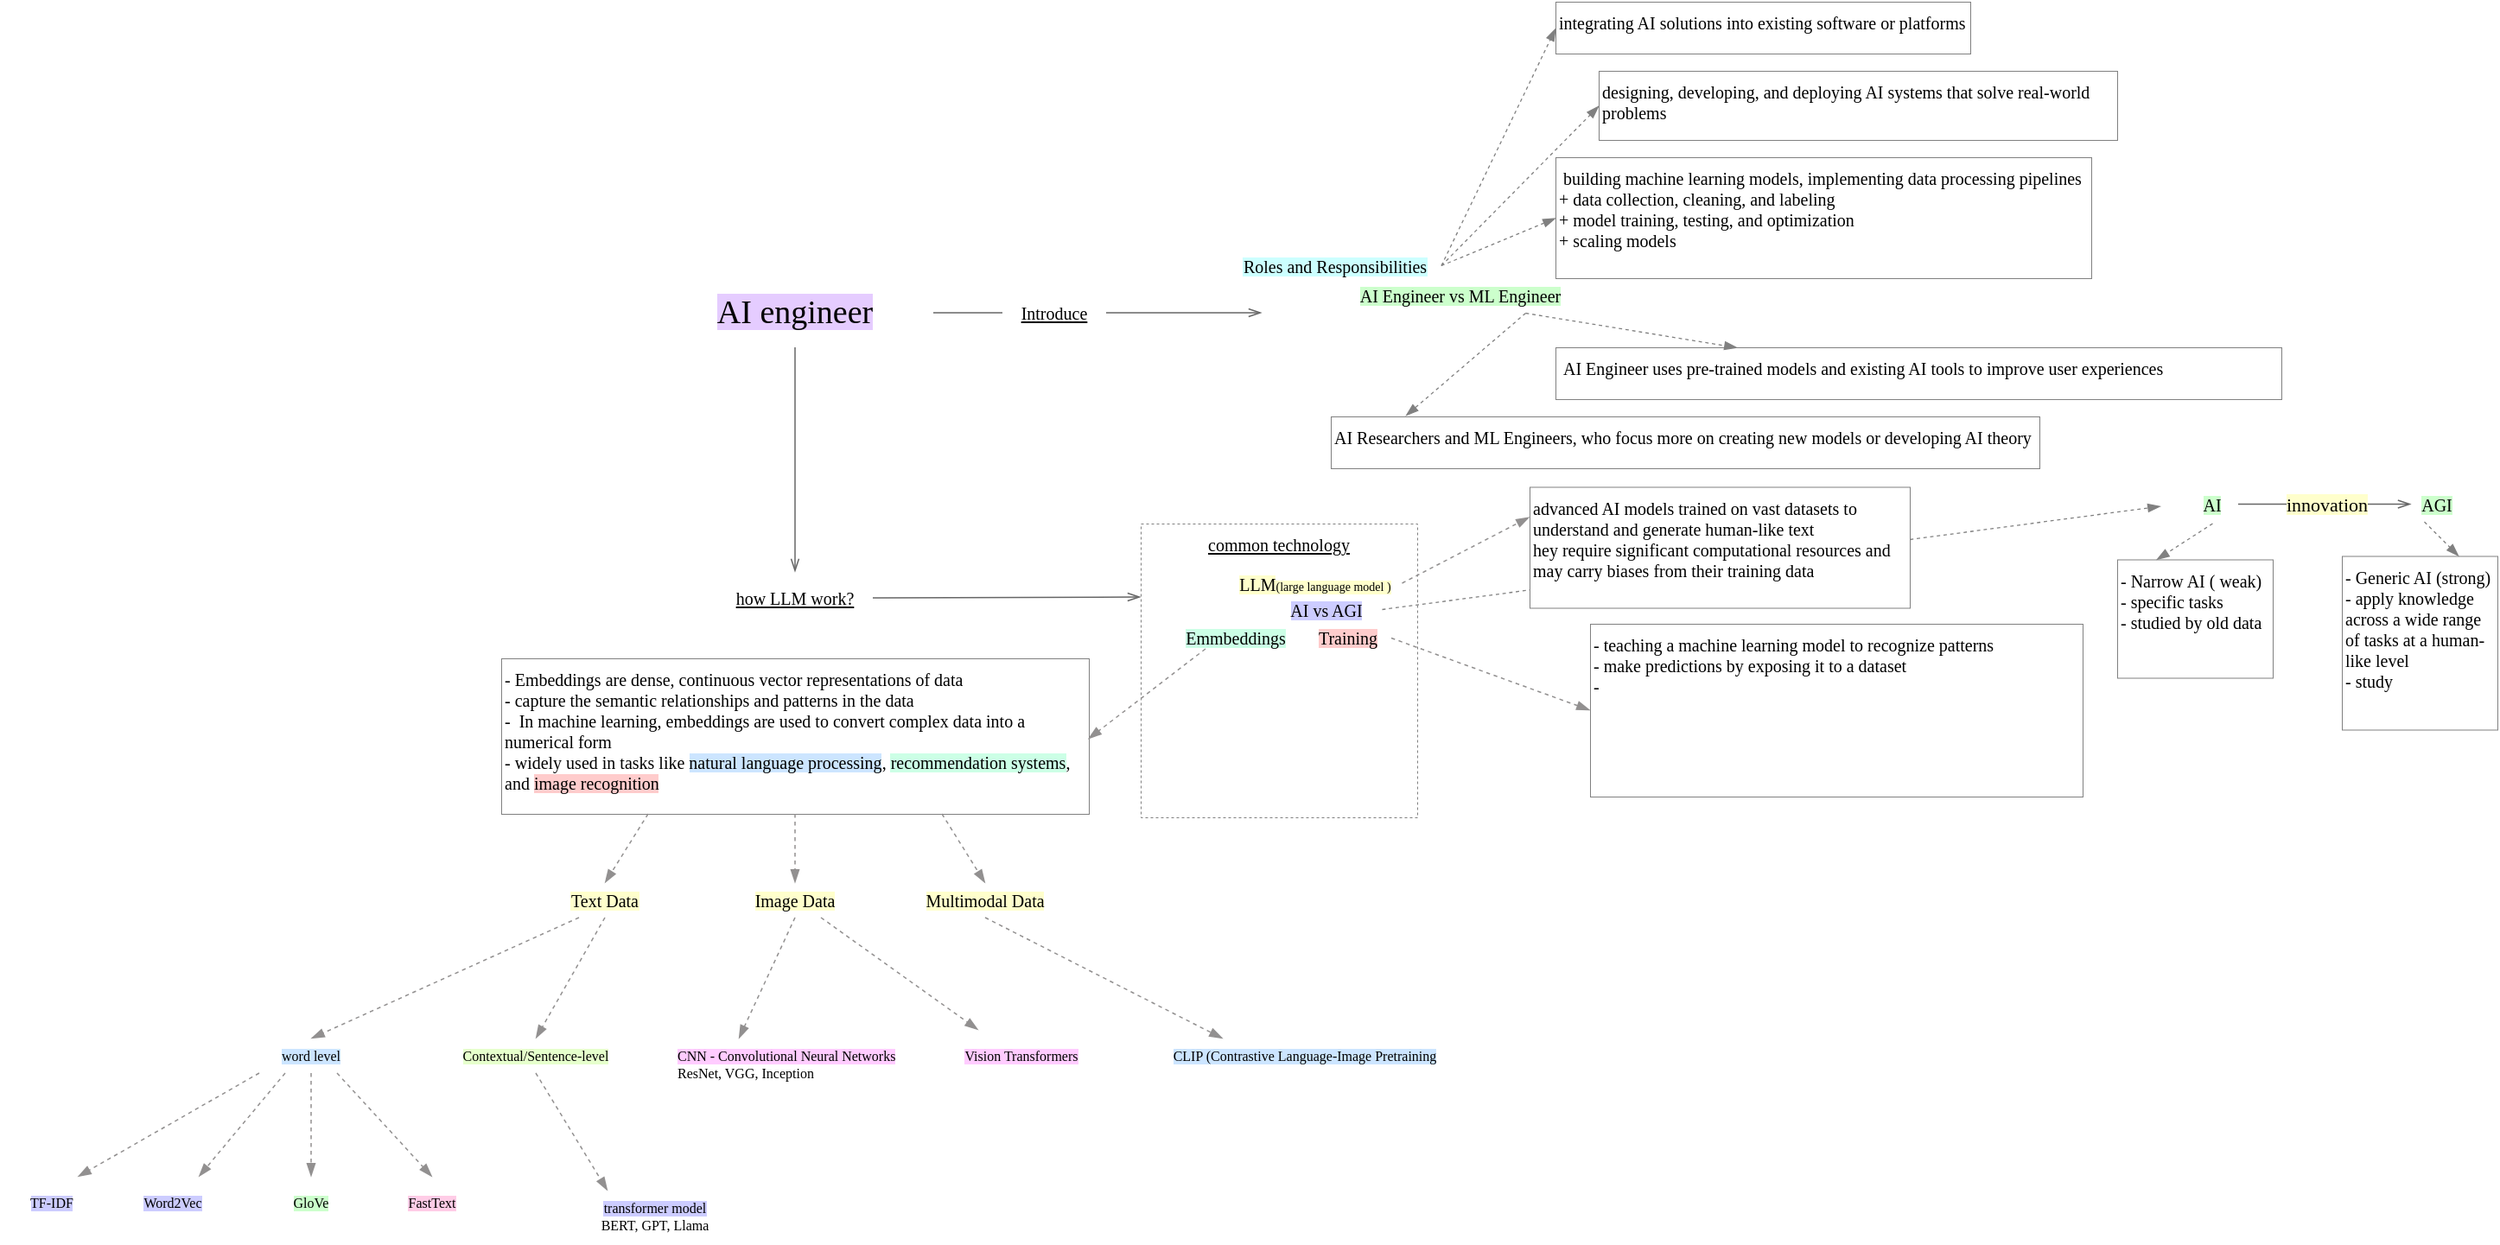
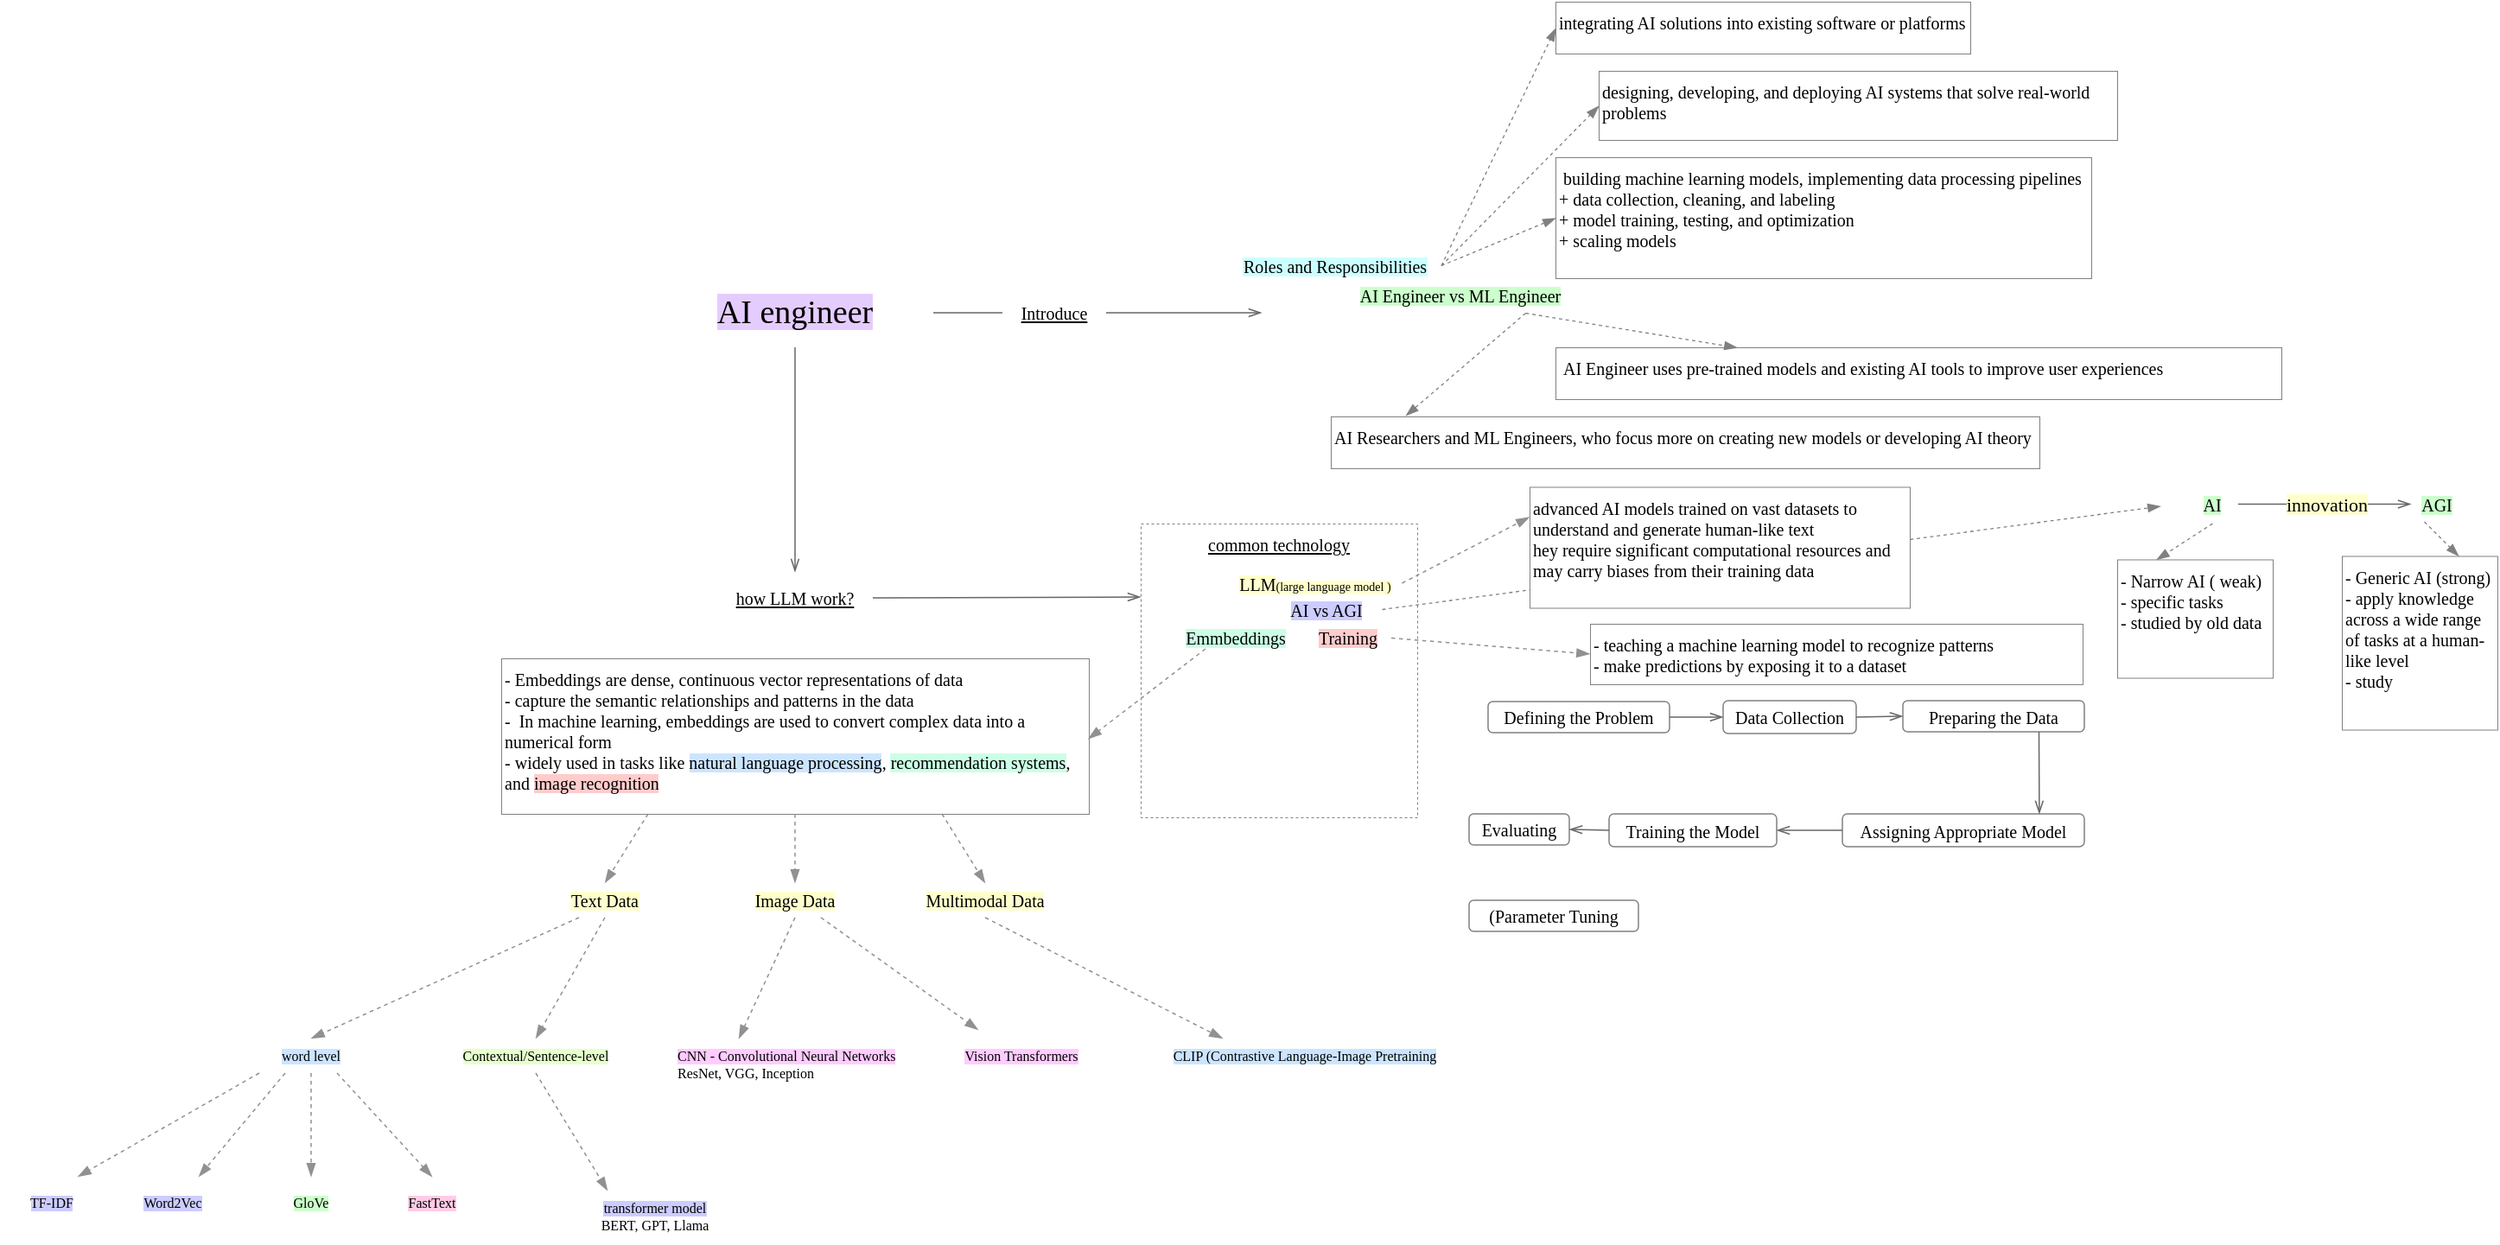
<mxfile host="app.diagrams.net" agent="Mozilla/5.0 (Macintosh; Intel Mac OS X 10_15_7) AppleWebKit/537.36 (KHTML, like Gecko) draw.io/29.3.0 Chrome/140.0.7339.249 Electron/38.7.2 Safari/537.36">
  <diagram name="Page-1" id="n3nyEJ4kgbD7jWuKOy95">
-     <mxGraphModel dx="1043" dy="467" grid="0" gridSize="10" guides="1" tooltips="1" connect="1" arrows="1" fold="1" page="1" pageScale="1" pageWidth="827" pageHeight="1169" math="0" shadow="0">
+     <mxGraphModel dx="365" dy="164" grid="0" gridSize="10" guides="1" tooltips="1" connect="1" arrows="1" fold="1" page="1" pageScale="1" pageWidth="827" pageHeight="1169" math="0" shadow="0">
      <root>
        <mxCell id="0" />
        <mxCell id="1" parent="0" />
        <mxCell id="48Jv2C9wjBzbgeSbcpPr-1" parent="1" style="text;html=1;whiteSpace=wrap;strokeColor=none;fillColor=none;align=center;verticalAlign=middle;rounded=0;fontFamily=Comic Sans MS;fontSize=19;" value="&lt;span style=&quot;background-color: rgb(229, 204, 255);&quot;&gt;AI engineer&lt;/span&gt;" vertex="1">
          <mxGeometry height="40" width="160" x="400" y="360" as="geometry" />
        </mxCell>
        <mxCell id="48Jv2C9wjBzbgeSbcpPr-3" parent="1" style="text;html=1;whiteSpace=wrap;strokeColor=none;fillColor=none;align=center;verticalAlign=middle;rounded=0;fontFamily=Comic Sans MS;fontSize=10;fontStyle=4" value="how LLM work?" vertex="1">
          <mxGeometry height="30" width="90" x="435" y="530" as="geometry" />
        </mxCell>
        <mxCell id="48Jv2C9wjBzbgeSbcpPr-6" edge="1" parent="1" source="48Jv2C9wjBzbgeSbcpPr-1" style="endArrow=openThin;html=1;rounded=0;strokeWidth=0.75;endFill=0;strokeColor=#666666;exitX=0.5;exitY=1;exitDx=0;exitDy=0;entryX=0.5;entryY=0;entryDx=0;entryDy=0;fontFamily=Comic Sans MS;" target="48Jv2C9wjBzbgeSbcpPr-3" value="">
          <mxGeometry height="50" relative="1" width="50" as="geometry">
            <mxPoint x="390" y="450" as="sourcePoint" />
            <mxPoint x="440" y="400" as="targetPoint" />
          </mxGeometry>
        </mxCell>
        <mxCell id="48Jv2C9wjBzbgeSbcpPr-8" parent="1" style="text;html=1;whiteSpace=wrap;strokeColor=none;fillColor=none;align=center;verticalAlign=middle;rounded=0;fontFamily=Comic Sans MS;fontSize=10;fontStyle=4" value="Introduce" vertex="1">
          <mxGeometry height="30" width="60" x="600" y="365" as="geometry" />
        </mxCell>
        <mxCell id="48Jv2C9wjBzbgeSbcpPr-9" edge="1" parent="1" source="48Jv2C9wjBzbgeSbcpPr-1" style="endArrow=none;html=1;rounded=0;strokeWidth=0.75;endFill=0;strokeColor=#666666;entryX=0;entryY=0.5;entryDx=0;entryDy=0;exitX=1;exitY=0.5;exitDx=0;exitDy=0;fontFamily=Comic Sans MS;" target="48Jv2C9wjBzbgeSbcpPr-8" value="">
          <mxGeometry height="50" relative="1" width="50" as="geometry">
            <mxPoint x="390" y="450" as="sourcePoint" />
            <mxPoint x="440" y="400" as="targetPoint" />
          </mxGeometry>
        </mxCell>
        <mxCell id="48Jv2C9wjBzbgeSbcpPr-11" edge="1" parent="1" source="48Jv2C9wjBzbgeSbcpPr-8" style="endArrow=openThin;html=1;rounded=0;strokeWidth=0.75;endFill=0;strokeColor=#666666;exitX=1;exitY=0.5;exitDx=0;exitDy=0;fontFamily=Comic Sans MS;" value="">
          <mxGeometry height="50" relative="1" width="50" as="geometry">
            <mxPoint x="590" y="450" as="sourcePoint" />
            <mxPoint x="750" y="380" as="targetPoint" />
          </mxGeometry>
        </mxCell>
        <mxCell id="48Jv2C9wjBzbgeSbcpPr-13" parent="1" style="text;html=1;whiteSpace=wrap;strokeColor=none;fillColor=none;align=center;verticalAlign=middle;rounded=0;fontFamily=Comic Sans MS;fontSize=10;" value="&lt;div&gt;&lt;span style=&quot;background-color: rgb(204, 255, 255);&quot;&gt;Roles and Responsibilities&lt;/span&gt;&lt;/div&gt;" vertex="1">
          <mxGeometry height="15" width="122.5" x="731.25" y="345" as="geometry" />
        </mxCell>
        <mxCell id="48Jv2C9wjBzbgeSbcpPr-14" parent="1" style="rounded=0;whiteSpace=wrap;html=1;fontFamily=Comic Sans MS;strokeWidth=0.5;strokeColor=#808080;align=left;verticalAlign=top;fontSize=10;" value="designing, developing, and deploying AI systems that solve real-world problems" vertex="1">
          <mxGeometry height="40" width="300" x="945" y="240" as="geometry" />
        </mxCell>
        <mxCell id="48Jv2C9wjBzbgeSbcpPr-15" parent="1" style="rounded=0;whiteSpace=wrap;html=1;fontFamily=Comic Sans MS;strokeWidth=0.5;strokeColor=#808080;align=left;verticalAlign=top;fontSize=10;" value="&amp;nbsp;building machine learning models, implementing data processing pipelines&lt;div&gt;+&amp;nbsp;data collection, cleaning, and labeling&lt;/div&gt;&lt;div&gt;+&amp;nbsp;model training, testing, and optimization&lt;/div&gt;&lt;div&gt;+&amp;nbsp;scaling models&lt;/div&gt;" vertex="1">
          <mxGeometry height="70" width="310" x="920" y="290" as="geometry" />
        </mxCell>
        <mxCell id="48Jv2C9wjBzbgeSbcpPr-16" parent="1" style="rounded=0;whiteSpace=wrap;html=1;fontFamily=Comic Sans MS;strokeWidth=0.5;strokeColor=#808080;align=left;verticalAlign=top;fontSize=10;" value="integrating AI solutions into existing software or platforms" vertex="1">
          <mxGeometry height="30" width="240" x="920" y="200" as="geometry" />
        </mxCell>
        <mxCell id="48Jv2C9wjBzbgeSbcpPr-17" edge="1" parent="1" source="48Jv2C9wjBzbgeSbcpPr-13" style="endArrow=blockThin;html=1;rounded=0;strokeColor=#808080;endFill=1;strokeWidth=0.65;exitX=1;exitY=0.5;exitDx=0;exitDy=0;entryX=0;entryY=0.5;entryDx=0;entryDy=0;dashed=1;fontFamily=Comic Sans MS;" target="48Jv2C9wjBzbgeSbcpPr-15" value="">
          <mxGeometry height="50" relative="1" width="50" as="geometry">
            <mxPoint x="945" y="330" as="sourcePoint" />
            <mxPoint x="920" y="290" as="targetPoint" />
          </mxGeometry>
        </mxCell>
        <mxCell id="48Jv2C9wjBzbgeSbcpPr-18" edge="1" parent="1" source="48Jv2C9wjBzbgeSbcpPr-13" style="endArrow=blockThin;html=1;rounded=0;strokeColor=#808080;endFill=1;strokeWidth=0.65;exitX=1;exitY=0.5;exitDx=0;exitDy=0;entryX=0;entryY=0.5;entryDx=0;entryDy=0;dashed=1;fontFamily=Comic Sans MS;" target="48Jv2C9wjBzbgeSbcpPr-14" value="">
          <mxGeometry height="50" relative="1" width="50" as="geometry">
            <mxPoint x="945" y="330" as="sourcePoint" />
            <mxPoint x="920" y="290" as="targetPoint" />
          </mxGeometry>
        </mxCell>
        <mxCell id="48Jv2C9wjBzbgeSbcpPr-19" edge="1" parent="1" source="48Jv2C9wjBzbgeSbcpPr-13" style="endArrow=blockThin;html=1;rounded=0;strokeColor=#808080;endFill=1;strokeWidth=0.65;exitX=1;exitY=0.5;exitDx=0;exitDy=0;entryX=0;entryY=0.5;entryDx=0;entryDy=0;dashed=1;fontFamily=Comic Sans MS;" target="48Jv2C9wjBzbgeSbcpPr-16" value="">
          <mxGeometry height="50" relative="1" width="50" as="geometry">
            <mxPoint x="945" y="330" as="sourcePoint" />
            <mxPoint x="920" y="290" as="targetPoint" />
          </mxGeometry>
        </mxCell>
        <mxCell id="48Jv2C9wjBzbgeSbcpPr-20" parent="1" style="text;html=1;whiteSpace=wrap;strokeColor=none;fillColor=none;align=center;verticalAlign=middle;rounded=0;fontFamily=Comic Sans MS;fontSize=10;" value="&lt;span style=&quot;background-color: rgb(204, 255, 204);&quot;&gt;AI Engineer vs ML Engineer&lt;/span&gt;" vertex="1">
          <mxGeometry height="20" width="150" x="790" y="360" as="geometry" />
        </mxCell>
        <mxCell id="48Jv2C9wjBzbgeSbcpPr-21" parent="1" style="rounded=0;whiteSpace=wrap;html=1;fontFamily=Comic Sans MS;strokeWidth=0.5;strokeColor=#808080;align=left;verticalAlign=top;fontSize=10;" value="&amp;nbsp;AI Engineer uses pre-trained models and existing AI tools to improve user experiences" vertex="1">
          <mxGeometry height="30" width="420" x="920" y="400" as="geometry" />
        </mxCell>
        <mxCell id="48Jv2C9wjBzbgeSbcpPr-22" parent="1" style="rounded=0;whiteSpace=wrap;html=1;fontFamily=Comic Sans MS;strokeWidth=0.5;strokeColor=#808080;align=left;verticalAlign=top;fontSize=10;" value="AI Researchers and ML Engineers, who focus more on creating new models or developing AI theory" vertex="1">
          <mxGeometry height="30" width="410" x="790" y="440" as="geometry" />
        </mxCell>
        <mxCell id="48Jv2C9wjBzbgeSbcpPr-23" edge="1" parent="1" source="48Jv2C9wjBzbgeSbcpPr-20" style="endArrow=blockThin;html=1;rounded=0;strokeColor=#808080;endFill=1;strokeWidth=0.65;exitX=0.75;exitY=1;exitDx=0;exitDy=0;entryX=0.25;entryY=0;entryDx=0;entryDy=0;dashed=1;fontFamily=Comic Sans MS;" target="48Jv2C9wjBzbgeSbcpPr-21" value="">
          <mxGeometry height="50" relative="1" width="50" as="geometry">
            <mxPoint x="705" y="330" as="sourcePoint" />
            <mxPoint x="680" y="290" as="targetPoint" />
          </mxGeometry>
        </mxCell>
        <mxCell id="48Jv2C9wjBzbgeSbcpPr-24" edge="1" parent="1" source="48Jv2C9wjBzbgeSbcpPr-20" style="endArrow=blockThin;html=1;rounded=0;strokeColor=#808080;endFill=1;strokeWidth=0.65;exitX=0.75;exitY=1;exitDx=0;exitDy=0;entryX=0.105;entryY=-0.017;entryDx=0;entryDy=0;dashed=1;entryPerimeter=0;fontFamily=Comic Sans MS;" target="48Jv2C9wjBzbgeSbcpPr-22" value="">
          <mxGeometry height="50" relative="1" width="50" as="geometry">
            <mxPoint x="705" y="330" as="sourcePoint" />
            <mxPoint x="680" y="290" as="targetPoint" />
          </mxGeometry>
        </mxCell>
        <mxCell id="48Jv2C9wjBzbgeSbcpPr-25" parent="1" style="rounded=0;whiteSpace=wrap;html=1;fontFamily=Comic Sans MS;strokeWidth=0.5;strokeColor=#808080;align=center;verticalAlign=top;fontSize=10;dashed=1;" value="&lt;u&gt;common technology&lt;/u&gt;&lt;div&gt;&lt;br&gt;&lt;/div&gt;" vertex="1">
          <mxGeometry height="170" width="160" x="680" y="502" as="geometry" />
        </mxCell>
        <mxCell id="48Jv2C9wjBzbgeSbcpPr-27" parent="1" style="text;html=1;whiteSpace=wrap;strokeColor=none;fillColor=none;align=center;verticalAlign=middle;rounded=0;fontFamily=Comic Sans MS;fontSize=10;" value="&lt;span&gt;&lt;span style=&quot;background-color: light-dark(rgb(204, 204, 255), rgb(0, 43, 0));&quot;&gt;AI vs AGI&lt;/span&gt;&lt;br&gt;&lt;/span&gt;" vertex="1">
          <mxGeometry height="10" width="65" x="754.5" y="546.5" as="geometry" />
        </mxCell>
        <mxCell id="48Jv2C9wjBzbgeSbcpPr-28" edge="1" parent="1" source="48Jv2C9wjBzbgeSbcpPr-3" style="endArrow=openThin;html=1;rounded=0;strokeWidth=0.75;endFill=0;strokeColor=#666666;exitX=1;exitY=0.5;exitDx=0;exitDy=0;entryX=0;entryY=0.25;entryDx=0;entryDy=0;fontFamily=Comic Sans MS;" target="48Jv2C9wjBzbgeSbcpPr-25" value="">
          <mxGeometry height="50" relative="1" width="50" as="geometry">
            <mxPoint x="670" y="630" as="sourcePoint" />
            <mxPoint x="720" y="580" as="targetPoint" />
          </mxGeometry>
        </mxCell>
        <mxCell id="48Jv2C9wjBzbgeSbcpPr-31" edge="1" parent="1" source="48Jv2C9wjBzbgeSbcpPr-27" style="endArrow=blockThin;html=1;rounded=0;strokeColor=#808080;endFill=1;strokeWidth=0.65;exitX=1;exitY=0.5;exitDx=0;exitDy=0;dashed=1;fontFamily=Comic Sans MS;entryX=0;entryY=0.5;entryDx=0;entryDy=0;" value="">
          <mxGeometry height="50" relative="1" width="50" as="geometry">
            <mxPoint x="810" y="536" as="sourcePoint" />
            <mxPoint x="1270" y="491.7500000000001" as="targetPoint" />
          </mxGeometry>
        </mxCell>
        <mxCell id="48Jv2C9wjBzbgeSbcpPr-32" parent="1" style="text;html=1;whiteSpace=wrap;strokeColor=none;fillColor=none;align=center;verticalAlign=middle;rounded=0;fontFamily=Comic Sans MS;fontSize=10;" value="&lt;span style=&quot;background-color: rgb(204, 255, 204);&quot;&gt;&lt;span style=&quot;background-color: light-dark(rgb(204, 255, 204), rgb(0, 43, 0));&quot;&gt;AI&lt;/span&gt;&lt;br&gt;&lt;/span&gt;" vertex="1">
          <mxGeometry height="22" width="30" x="1285" y="479.75" as="geometry" />
        </mxCell>
        <mxCell id="48Jv2C9wjBzbgeSbcpPr-34" parent="1" style="text;html=1;whiteSpace=wrap;strokeColor=none;fillColor=none;align=center;verticalAlign=middle;rounded=0;fontFamily=Comic Sans MS;fontSize=10;" value="&lt;span style=&quot;background-color: rgb(204, 255, 204);&quot;&gt;AGI&lt;/span&gt;" vertex="1">
          <mxGeometry height="20" width="30" x="1415" y="480.75" as="geometry" />
        </mxCell>
        <mxCell id="48Jv2C9wjBzbgeSbcpPr-35" edge="1" parent="1" source="48Jv2C9wjBzbgeSbcpPr-32" style="endArrow=openThin;html=1;rounded=0;strokeWidth=0.75;endFill=0;strokeColor=#666666;exitX=1;exitY=0.5;exitDx=0;exitDy=0;fontFamily=Comic Sans MS;" target="48Jv2C9wjBzbgeSbcpPr-34" value="">
          <mxGeometry height="50" relative="1" width="50" as="geometry">
            <mxPoint x="1325" y="612.75" as="sourcePoint" />
            <mxPoint x="1375" y="562.75" as="targetPoint" />
          </mxGeometry>
        </mxCell>
        <mxCell id="48Jv2C9wjBzbgeSbcpPr-36" connectable="0" parent="48Jv2C9wjBzbgeSbcpPr-35" style="edgeLabel;html=1;align=center;verticalAlign=middle;resizable=0;points=[];fontFamily=Comic Sans MS;" value="&lt;span style=&quot;background-color: rgb(255, 255, 204);&quot;&gt;innovation&lt;/span&gt;" vertex="1">
          <mxGeometry relative="1" x="-0.312" as="geometry">
            <mxPoint x="16" as="offset" />
          </mxGeometry>
        </mxCell>
        <mxCell id="48Jv2C9wjBzbgeSbcpPr-37" parent="1" style="rounded=0;whiteSpace=wrap;html=1;fontFamily=Comic Sans MS;strokeWidth=0.5;strokeColor=#808080;align=left;verticalAlign=top;fontSize=10;" value="- Narrow AI ( weak)&lt;div&gt;-&amp;nbsp;specific tasks&lt;/div&gt;&lt;div&gt;- studied by old data&lt;/div&gt;" vertex="1">
          <mxGeometry height="68.5" width="90" x="1245" y="522.75" as="geometry" />
        </mxCell>
        <mxCell id="48Jv2C9wjBzbgeSbcpPr-38" parent="1" style="rounded=0;whiteSpace=wrap;html=1;fontFamily=Comic Sans MS;strokeWidth=0.5;strokeColor=#808080;align=left;verticalAlign=top;fontSize=10;" value="- Generic AI (strong)&lt;div&gt;-&amp;nbsp;apply knowledge across a wide range of tasks at a human-like level&lt;/div&gt;&lt;div&gt;- study&amp;nbsp;&lt;/div&gt;" vertex="1">
          <mxGeometry height="100.5" width="90" x="1375" y="520.75" as="geometry" />
        </mxCell>
        <mxCell id="48Jv2C9wjBzbgeSbcpPr-39" edge="1" parent="1" source="48Jv2C9wjBzbgeSbcpPr-34" style="endArrow=blockThin;html=1;rounded=0;strokeColor=#808080;endFill=1;strokeWidth=0.65;exitX=0.25;exitY=1;exitDx=0;exitDy=0;entryX=0.75;entryY=0;entryDx=0;entryDy=0;dashed=1;" target="48Jv2C9wjBzbgeSbcpPr-38" value="">
          <mxGeometry height="50" relative="1" width="50" as="geometry">
            <mxPoint x="1390" y="580.75" as="sourcePoint" />
            <mxPoint x="1365" y="540.75" as="targetPoint" />
          </mxGeometry>
        </mxCell>
        <mxCell id="48Jv2C9wjBzbgeSbcpPr-41" edge="1" parent="1" source="48Jv2C9wjBzbgeSbcpPr-32" style="endArrow=blockThin;html=1;rounded=0;strokeColor=#808080;endFill=1;strokeWidth=0.65;exitX=0.5;exitY=1;exitDx=0;exitDy=0;entryX=0.25;entryY=0;entryDx=0;entryDy=0;dashed=1;" target="48Jv2C9wjBzbgeSbcpPr-37" value="">
          <mxGeometry height="50" relative="1" width="50" as="geometry">
            <mxPoint x="1390" y="582.75" as="sourcePoint" />
            <mxPoint x="1365" y="542.75" as="targetPoint" />
          </mxGeometry>
        </mxCell>
        <mxCell id="4Kx2ZGOmUHy-jwn0eLsE-1" parent="1" style="text;html=1;whiteSpace=wrap;strokeColor=none;fillColor=none;align=center;verticalAlign=middle;rounded=0;" value="&lt;font face=&quot;Comic Sans MS&quot; style=&quot;background-color: rgb(255, 255, 204); font-size: 10px;&quot;&gt;LLM&lt;/font&gt;&lt;span style=&quot;background-color: rgb(255, 255, 204); font-size: 7px; font-family: &amp;quot;Comic Sans MS&amp;quot;; color: light-dark(rgb(0, 0, 0), rgb(255, 255, 255));&quot;&gt;(large language model )&lt;/span&gt;" vertex="1">
          <mxGeometry height="20" width="100" x="731.25" y="526.5" as="geometry" />
        </mxCell>
        <mxCell id="4Kx2ZGOmUHy-jwn0eLsE-2" parent="1" style="rounded=0;whiteSpace=wrap;html=1;align=left;verticalAlign=top;fontFamily=Comic Sans MS;strokeWidth=0.5;fontSize=10;strokeColor=#808080;" value="&lt;div&gt;&lt;div&gt;&lt;span style=&quot;background-color: transparent;&quot;&gt;advanced AI models trained on vast datasets to understand and generate human-like text&lt;/span&gt;&lt;/div&gt;&lt;/div&gt;&lt;div&gt;&lt;span style=&quot;background-color: transparent;&quot;&gt;hey require significant computational resources and may carry biases from their training data&lt;/span&gt;&lt;/div&gt;" vertex="1">
          <mxGeometry height="70" width="220" x="905" y="480.75" as="geometry" />
        </mxCell>
        <mxCell id="4Kx2ZGOmUHy-jwn0eLsE-3" edge="1" parent="1" source="4Kx2ZGOmUHy-jwn0eLsE-1" style="endArrow=blockThin;html=1;rounded=0;endFill=1;strokeColor=light-dark(#929090, #ededed);strokeWidth=0.75;dashed=1;exitX=1;exitY=0.5;exitDx=0;exitDy=0;entryX=0;entryY=0.25;entryDx=0;entryDy=0;" target="4Kx2ZGOmUHy-jwn0eLsE-2" value="">
          <mxGeometry height="50" relative="1" width="50" as="geometry">
            <mxPoint x="710" y="550" as="sourcePoint" />
            <mxPoint x="760" y="500" as="targetPoint" />
          </mxGeometry>
        </mxCell>
        <mxCell id="4Kx2ZGOmUHy-jwn0eLsE-4" parent="1" style="text;html=1;whiteSpace=wrap;strokeColor=none;fillColor=none;align=center;verticalAlign=middle;rounded=0;fontFamily=Comic Sans MS;fontSize=10;" value="&lt;span&gt;&lt;span style=&quot;background-color: light-dark(rgb(204, 255, 230), rgb(0, 43, 0));&quot;&gt;Emmbeddings&lt;/span&gt;&lt;br&gt;&lt;/span&gt;" vertex="1">
          <mxGeometry height="14" width="70" x="700" y="560.5" as="geometry" />
        </mxCell>
        <mxCell id="4Kx2ZGOmUHy-jwn0eLsE-5" parent="1" style="rounded=0;whiteSpace=wrap;html=1;align=left;verticalAlign=top;fontFamily=Comic Sans MS;strokeWidth=0.5;fontSize=10;strokeColor=#808080;" value="&lt;div&gt;&lt;div&gt;&lt;span style=&quot;background-color: transparent;&quot;&gt;- Embeddings are dense, continuous vector representations of data&lt;/span&gt;&lt;/div&gt;&lt;/div&gt;&lt;div&gt;&lt;span style=&quot;background-color: transparent;&quot;&gt;-&amp;nbsp;&lt;/span&gt;&lt;span style=&quot;background-color: transparent;&quot;&gt;capture the semantic relationships and patterns in the data&lt;/span&gt;&lt;/div&gt;&lt;div&gt;&lt;span style=&quot;background-color: transparent;&quot;&gt;-&amp;nbsp;&lt;/span&gt;&lt;span style=&quot;background-color: transparent;&quot;&gt;&amp;nbsp;In machine learning, embeddings are used to convert complex data into a numerical form&lt;/span&gt;&lt;/div&gt;&lt;div&gt;&lt;span style=&quot;background-color: transparent;&quot;&gt;-&amp;nbsp;&lt;/span&gt;&lt;span style=&quot;background-color: transparent;&quot;&gt;widely used in tasks like &lt;/span&gt;&lt;span style=&quot;background-color: rgb(204, 229, 255);&quot;&gt;natural language processing&lt;/span&gt;&lt;span style=&quot;background-color: transparent;&quot;&gt;, &lt;/span&gt;&lt;span style=&quot;background-color: rgb(204, 255, 230);&quot;&gt;recommendation systems&lt;/span&gt;&lt;span style=&quot;background-color: transparent;&quot;&gt;, and &lt;/span&gt;&lt;span style=&quot;background-color: rgb(255, 204, 204);&quot;&gt;image recognition&lt;/span&gt;&lt;/div&gt;" vertex="1">
          <mxGeometry height="90" width="340" x="310" y="580" as="geometry" />
        </mxCell>
        <mxCell id="4Kx2ZGOmUHy-jwn0eLsE-6" parent="1" style="text;html=1;whiteSpace=wrap;strokeColor=none;fillColor=none;align=center;verticalAlign=middle;rounded=0;fontSize=10;" value="&lt;font face=&quot;Comic Sans MS&quot; style=&quot;background-color: rgb(255, 204, 204);&quot;&gt;Training&lt;/font&gt;" vertex="1">
          <mxGeometry height="13.5" width="50" x="775" y="561.5" as="geometry" />
        </mxCell>
        <mxCell id="4Kx2ZGOmUHy-jwn0eLsE-7" edge="1" parent="1" source="4Kx2ZGOmUHy-jwn0eLsE-4" style="endArrow=blockThin;html=1;rounded=0;endFill=1;strokeColor=light-dark(#929090, #ededed);strokeWidth=0.75;dashed=1;exitX=0.25;exitY=1;exitDx=0;exitDy=0;entryX=0.999;entryY=0.518;entryDx=0;entryDy=0;entryPerimeter=0;" target="4Kx2ZGOmUHy-jwn0eLsE-5" value="">
          <mxGeometry height="50" relative="1" width="50" as="geometry">
            <mxPoint x="620" y="640" as="sourcePoint" />
            <mxPoint x="670" y="590" as="targetPoint" />
          </mxGeometry>
        </mxCell>
-         <mxCell id="4Kx2ZGOmUHy-jwn0eLsE-8" parent="1" style="rounded=0;whiteSpace=wrap;html=1;align=left;verticalAlign=top;fontFamily=Comic Sans MS;strokeWidth=0.5;fontSize=10;strokeColor=#808080;" value="&lt;div&gt;&lt;span style=&quot;background-color: transparent; color: light-dark(rgb(0, 0, 0), rgb(255, 255, 255));&quot;&gt;-&amp;nbsp;teaching a machine learning model to recognize patterns&lt;/span&gt;&lt;/div&gt;&lt;div&gt;-&amp;nbsp;make predictions by exposing it to a dataset&lt;/div&gt;&lt;div&gt;-&amp;nbsp;&lt;/div&gt;&lt;div&gt;&lt;span style=&quot;background-color: transparent;&quot;&gt;&lt;br&gt;&lt;/span&gt;&lt;/div&gt;" vertex="1">
-           <mxGeometry height="100" width="285" x="940" y="560" as="geometry" />
+         <mxCell id="4Kx2ZGOmUHy-jwn0eLsE-8" parent="1" style="rounded=0;whiteSpace=wrap;html=1;align=left;verticalAlign=top;fontFamily=Comic Sans MS;strokeWidth=0.5;fontSize=10;strokeColor=#808080;" value="&lt;div&gt;&lt;span style=&quot;background-color: transparent; color: light-dark(rgb(0, 0, 0), rgb(255, 255, 255));&quot;&gt;-&amp;nbsp;teaching a machine learning model to recognize patterns&lt;/span&gt;&lt;/div&gt;&lt;div&gt;-&amp;nbsp;make predictions by exposing it to a dataset&lt;/div&gt;" vertex="1">
+           <mxGeometry height="35" width="285" x="940" y="560" as="geometry" />
        </mxCell>
        <mxCell id="4Kx2ZGOmUHy-jwn0eLsE-10" edge="1" parent="1" source="4Kx2ZGOmUHy-jwn0eLsE-6" style="endArrow=blockThin;html=1;rounded=0;endFill=1;strokeColor=light-dark(#929090, #ededed);strokeWidth=0.75;dashed=1;exitX=1;exitY=0.5;exitDx=0;exitDy=0;entryX=0;entryY=0.5;entryDx=0;entryDy=0;" target="4Kx2ZGOmUHy-jwn0eLsE-8" value="">
          <mxGeometry height="50" relative="1" width="50" as="geometry">
            <mxPoint x="950" y="590" as="sourcePoint" />
            <mxPoint x="1000" y="540" as="targetPoint" />
          </mxGeometry>
        </mxCell>
        <mxCell id="4Kx2ZGOmUHy-jwn0eLsE-11" parent="1" style="text;html=1;whiteSpace=wrap;strokeColor=none;fillColor=none;align=center;verticalAlign=middle;rounded=0;fontSize=10;" value="&lt;font face=&quot;Comic Sans MS&quot; style=&quot;background-color: rgb(255, 255, 204);&quot;&gt;Text Data&lt;/font&gt;" vertex="1">
          <mxGeometry height="20" width="60" x="340" y="710" as="geometry" />
        </mxCell>
        <mxCell id="4Kx2ZGOmUHy-jwn0eLsE-12" parent="1" style="text;html=1;whiteSpace=wrap;strokeColor=none;fillColor=none;align=center;verticalAlign=middle;rounded=0;fontSize=10;" value="&lt;font face=&quot;Comic Sans MS&quot; style=&quot;background-color: rgb(255, 255, 204);&quot;&gt;Image Data&lt;/font&gt;" vertex="1">
          <mxGeometry height="20" width="60" x="450" y="710" as="geometry" />
        </mxCell>
        <mxCell id="4Kx2ZGOmUHy-jwn0eLsE-13" parent="1" style="text;html=1;whiteSpace=wrap;strokeColor=none;fillColor=none;align=center;verticalAlign=middle;rounded=0;fontSize=10;" value="&lt;font face=&quot;Comic Sans MS&quot; style=&quot;background-color: rgb(255, 255, 204);&quot;&gt;Multimodal&amp;nbsp;Data&lt;/font&gt;" vertex="1">
          <mxGeometry height="20" width="60" x="560" y="710" as="geometry" />
        </mxCell>
        <mxCell id="4Kx2ZGOmUHy-jwn0eLsE-14" edge="1" parent="1" source="4Kx2ZGOmUHy-jwn0eLsE-5" style="endArrow=blockThin;html=1;rounded=0;endFill=1;strokeColor=light-dark(#929090, #ededed);strokeWidth=0.75;dashed=1;entryX=0.5;entryY=0;entryDx=0;entryDy=0;exitX=0.75;exitY=1;exitDx=0;exitDy=0;" target="4Kx2ZGOmUHy-jwn0eLsE-13" value="">
          <mxGeometry height="50" relative="1" width="50" as="geometry">
            <mxPoint x="410" y="700" as="sourcePoint" />
            <mxPoint x="460" y="650" as="targetPoint" />
          </mxGeometry>
        </mxCell>
        <mxCell id="4Kx2ZGOmUHy-jwn0eLsE-15" edge="1" parent="1" source="4Kx2ZGOmUHy-jwn0eLsE-5" style="endArrow=blockThin;html=1;rounded=0;endFill=1;strokeColor=light-dark(#929090, #ededed);strokeWidth=0.75;dashed=1;entryX=0.5;entryY=0;entryDx=0;entryDy=0;exitX=0.5;exitY=1;exitDx=0;exitDy=0;" target="4Kx2ZGOmUHy-jwn0eLsE-12" value="">
          <mxGeometry height="50" relative="1" width="50" as="geometry">
            <mxPoint x="410" y="700" as="sourcePoint" />
            <mxPoint x="460" y="650" as="targetPoint" />
          </mxGeometry>
        </mxCell>
        <mxCell id="4Kx2ZGOmUHy-jwn0eLsE-16" edge="1" parent="1" source="4Kx2ZGOmUHy-jwn0eLsE-5" style="endArrow=blockThin;html=1;rounded=0;endFill=1;strokeColor=light-dark(#929090, #ededed);strokeWidth=0.75;dashed=1;entryX=0.5;entryY=0;entryDx=0;entryDy=0;exitX=0.25;exitY=1;exitDx=0;exitDy=0;" target="4Kx2ZGOmUHy-jwn0eLsE-11" value="">
          <mxGeometry height="50" relative="1" width="50" as="geometry">
            <mxPoint x="410" y="700" as="sourcePoint" />
            <mxPoint x="460" y="650" as="targetPoint" />
          </mxGeometry>
        </mxCell>
        <mxCell id="4Kx2ZGOmUHy-jwn0eLsE-17" parent="1" style="text;html=1;whiteSpace=wrap;strokeColor=none;fillColor=none;align=center;verticalAlign=middle;rounded=0;fontSize=8;" value="&lt;font face=&quot;Comic Sans MS&quot; style=&quot;background-color: rgb(204, 229, 255);&quot;&gt;word level&lt;/font&gt;" vertex="1">
          <mxGeometry height="20" width="60" x="170" y="800" as="geometry" />
        </mxCell>
        <mxCell id="4Kx2ZGOmUHy-jwn0eLsE-18" parent="1" style="text;html=1;whiteSpace=wrap;strokeColor=none;fillColor=none;align=center;verticalAlign=middle;rounded=0;fontSize=8;fontStyle=0" value="&lt;font face=&quot;Comic Sans MS&quot; style=&quot;background-color: rgb(204, 204, 255);&quot;&gt;Word2Vec&lt;/font&gt;" vertex="1">
          <mxGeometry height="30" width="60" x="90" y="879.9999999999995" as="geometry" />
        </mxCell>
        <mxCell id="4Kx2ZGOmUHy-jwn0eLsE-19" parent="1" style="text;html=1;whiteSpace=wrap;strokeColor=none;fillColor=none;align=center;verticalAlign=middle;rounded=0;fontSize=8;fontStyle=0" value="&lt;font face=&quot;Comic Sans MS&quot; style=&quot;background-color: rgb(204, 255, 204);&quot;&gt;GloVe&lt;/font&gt;" vertex="1">
          <mxGeometry height="30" width="60" x="170" y="879.9999999999995" as="geometry" />
        </mxCell>
        <mxCell id="4Kx2ZGOmUHy-jwn0eLsE-20" parent="1" style="text;html=1;whiteSpace=wrap;strokeColor=none;fillColor=none;align=center;verticalAlign=middle;rounded=0;fontSize=8;fontStyle=0" value="&lt;font face=&quot;Comic Sans MS&quot; style=&quot;background-color: rgb(255, 204, 230);&quot;&gt;FastText&lt;/font&gt;" vertex="1">
          <mxGeometry height="30" width="60" x="240" y="879.9999999999995" as="geometry" />
        </mxCell>
        <mxCell id="4Kx2ZGOmUHy-jwn0eLsE-21" edge="1" parent="1" source="4Kx2ZGOmUHy-jwn0eLsE-17" style="endArrow=blockThin;html=1;rounded=0;endFill=1;strokeColor=light-dark(#929090, #ededed);strokeWidth=0.75;dashed=1;exitX=0.75;exitY=1;exitDx=0;exitDy=0;entryX=0.5;entryY=0;entryDx=0;entryDy=0;fontSize=8;" target="4Kx2ZGOmUHy-jwn0eLsE-20" value="">
          <mxGeometry height="50" relative="1" width="50" as="geometry">
            <mxPoint x="270" y="840" as="sourcePoint" />
            <mxPoint x="320" y="790" as="targetPoint" />
          </mxGeometry>
        </mxCell>
        <mxCell id="4Kx2ZGOmUHy-jwn0eLsE-22" edge="1" parent="1" source="4Kx2ZGOmUHy-jwn0eLsE-17" style="endArrow=blockThin;html=1;rounded=0;endFill=1;strokeColor=light-dark(#929090, #ededed);strokeWidth=0.75;dashed=1;exitX=0.5;exitY=1;exitDx=0;exitDy=0;fontSize=8;" target="4Kx2ZGOmUHy-jwn0eLsE-19" value="">
          <mxGeometry height="50" relative="1" width="50" as="geometry">
            <mxPoint x="240" y="840" as="sourcePoint" />
            <mxPoint x="295" y="900" as="targetPoint" />
          </mxGeometry>
        </mxCell>
        <mxCell id="4Kx2ZGOmUHy-jwn0eLsE-23" edge="1" parent="1" source="4Kx2ZGOmUHy-jwn0eLsE-17" style="endArrow=blockThin;html=1;rounded=0;endFill=1;strokeColor=light-dark(#929090, #ededed);strokeWidth=0.75;dashed=1;exitX=0.25;exitY=1;exitDx=0;exitDy=0;entryX=0.75;entryY=0;entryDx=0;entryDy=0;fontSize=8;" target="4Kx2ZGOmUHy-jwn0eLsE-18" value="">
          <mxGeometry height="50" relative="1" width="50" as="geometry">
            <mxPoint x="190" y="830" as="sourcePoint" />
            <mxPoint x="190" y="890" as="targetPoint" />
          </mxGeometry>
        </mxCell>
        <mxCell id="4Kx2ZGOmUHy-jwn0eLsE-24" parent="1" style="text;html=1;whiteSpace=wrap;strokeColor=none;fillColor=none;align=center;verticalAlign=middle;rounded=0;fontSize=8;" value="&lt;font face=&quot;Comic Sans MS&quot; style=&quot;background-color: rgb(230, 255, 204);&quot;&gt;Contextual/Sentence-level&lt;/font&gt;" vertex="1">
          <mxGeometry height="20" width="140" x="260" y="800" as="geometry" />
        </mxCell>
        <mxCell id="4Kx2ZGOmUHy-jwn0eLsE-25" parent="1" style="text;html=1;whiteSpace=wrap;strokeColor=none;fillColor=none;align=center;verticalAlign=middle;rounded=0;fontSize=8;" value="&lt;font face=&quot;Comic Sans MS&quot;&gt;&lt;span style=&quot;background-color: rgb(204, 204, 255);&quot;&gt;transformer model&lt;/span&gt;&lt;br&gt;&lt;font&gt;BERT, GPT, Llama&lt;/font&gt;&lt;/font&gt;" vertex="1">
          <mxGeometry height="30" width="110" x="344" y="888" as="geometry" />
        </mxCell>
        <mxCell id="4Kx2ZGOmUHy-jwn0eLsE-26" edge="1" parent="1" source="4Kx2ZGOmUHy-jwn0eLsE-24" style="endArrow=blockThin;html=1;rounded=0;endFill=1;strokeColor=light-dark(#929090, #ededed);strokeWidth=0.75;dashed=1;entryX=0.25;entryY=0;entryDx=0;entryDy=0;exitX=0.5;exitY=1;exitDx=0;exitDy=0;fontSize=8;" target="4Kx2ZGOmUHy-jwn0eLsE-25" value="">
          <mxGeometry height="50" relative="1" width="50" as="geometry">
            <mxPoint x="360" y="890" as="sourcePoint" />
            <mxPoint x="410" y="840" as="targetPoint" />
          </mxGeometry>
        </mxCell>
        <mxCell id="4Kx2ZGOmUHy-jwn0eLsE-27" edge="1" parent="1" source="4Kx2ZGOmUHy-jwn0eLsE-11" style="endArrow=blockThin;html=1;rounded=0;endFill=1;strokeColor=light-dark(#929090, #ededed);strokeWidth=0.75;dashed=1;exitX=0.25;exitY=1;exitDx=0;exitDy=0;entryX=0.5;entryY=0;entryDx=0;entryDy=0;" target="4Kx2ZGOmUHy-jwn0eLsE-17" value="">
          <mxGeometry height="50" relative="1" width="50" as="geometry">
            <mxPoint x="330" y="900" as="sourcePoint" />
            <mxPoint x="380" y="850" as="targetPoint" />
          </mxGeometry>
        </mxCell>
        <mxCell id="4Kx2ZGOmUHy-jwn0eLsE-28" edge="1" parent="1" source="4Kx2ZGOmUHy-jwn0eLsE-11" style="endArrow=blockThin;html=1;rounded=0;endFill=1;strokeColor=light-dark(#929090, #ededed);strokeWidth=0.75;dashed=1;entryX=0.5;entryY=0;entryDx=0;entryDy=0;exitX=0.5;exitY=1;exitDx=0;exitDy=0;" target="4Kx2ZGOmUHy-jwn0eLsE-24" value="">
          <mxGeometry height="50" relative="1" width="50" as="geometry">
            <mxPoint x="330" y="900" as="sourcePoint" />
            <mxPoint x="380" y="850" as="targetPoint" />
          </mxGeometry>
        </mxCell>
        <mxCell id="4Kx2ZGOmUHy-jwn0eLsE-29" parent="1" style="text;html=1;whiteSpace=wrap;strokeColor=none;fillColor=none;align=left;verticalAlign=middle;rounded=0;fontSize=8;" value="&lt;font face=&quot;Comic Sans MS&quot;&gt;&lt;span style=&quot;background-color: rgb(255, 204, 255);&quot;&gt;CNN - Convolutional Neural Networks&lt;/span&gt;&lt;br&gt;&lt;span&gt;ResNet, VGG, Inception&lt;/span&gt;&lt;/font&gt;" vertex="1">
          <mxGeometry height="30" width="150" x="410" y="800" as="geometry" />
        </mxCell>
        <mxCell id="4Kx2ZGOmUHy-jwn0eLsE-30" parent="1" style="text;html=1;whiteSpace=wrap;strokeColor=none;fillColor=none;align=center;verticalAlign=middle;rounded=0;fontSize=8;" value="&lt;font face=&quot;Comic Sans MS&quot; style=&quot;background-color: rgb(255, 204, 255);&quot;&gt;Vision Transformers&lt;/font&gt;" vertex="1">
          <mxGeometry height="30" width="100" x="561" y="795" as="geometry" />
        </mxCell>
        <mxCell id="4Kx2ZGOmUHy-jwn0eLsE-31" edge="1" parent="1" source="4Kx2ZGOmUHy-jwn0eLsE-12" style="endArrow=blockThin;html=1;rounded=0;endFill=1;strokeColor=light-dark(#929090, #ededed);strokeWidth=0.75;dashed=1;exitX=0.5;exitY=1;exitDx=0;exitDy=0;entryX=0.25;entryY=0;entryDx=0;entryDy=0;" target="4Kx2ZGOmUHy-jwn0eLsE-29" value="">
          <mxGeometry height="50" relative="1" width="50" as="geometry">
            <mxPoint x="400" y="890" as="sourcePoint" />
            <mxPoint x="450" y="840" as="targetPoint" />
          </mxGeometry>
        </mxCell>
        <mxCell id="4Kx2ZGOmUHy-jwn0eLsE-32" edge="1" parent="1" source="4Kx2ZGOmUHy-jwn0eLsE-12" style="endArrow=blockThin;html=1;rounded=0;endFill=1;strokeColor=light-dark(#929090, #ededed);strokeWidth=0.75;dashed=1;entryX=0.25;entryY=0;entryDx=0;entryDy=0;exitX=0.75;exitY=1;exitDx=0;exitDy=0;" target="4Kx2ZGOmUHy-jwn0eLsE-30" value="">
          <mxGeometry height="50" relative="1" width="50" as="geometry">
            <mxPoint x="400" y="890" as="sourcePoint" />
            <mxPoint x="450" y="840" as="targetPoint" />
          </mxGeometry>
        </mxCell>
        <mxCell id="4Kx2ZGOmUHy-jwn0eLsE-33" parent="1" style="text;html=1;whiteSpace=wrap;strokeColor=none;fillColor=none;align=center;verticalAlign=middle;rounded=0;fontSize=8;" value="&lt;font face=&quot;Comic Sans MS&quot; style=&quot;background-color: rgb(204, 229, 255);&quot;&gt;CLIP (Contrastive Language-Image Pretraining&lt;/font&gt;" vertex="1">
          <mxGeometry height="20" width="190" x="680" y="800" as="geometry" />
        </mxCell>
        <mxCell id="4Kx2ZGOmUHy-jwn0eLsE-34" edge="1" parent="1" source="4Kx2ZGOmUHy-jwn0eLsE-13" style="endArrow=blockThin;html=1;rounded=0;endFill=1;strokeColor=light-dark(#929090, #ededed);strokeWidth=0.75;dashed=1;entryX=0.25;entryY=0;entryDx=0;entryDy=0;exitX=0.5;exitY=1;exitDx=0;exitDy=0;" target="4Kx2ZGOmUHy-jwn0eLsE-33" value="">
          <mxGeometry height="50" relative="1" width="50" as="geometry">
            <mxPoint x="380" y="780" as="sourcePoint" />
            <mxPoint x="430" y="730" as="targetPoint" />
          </mxGeometry>
        </mxCell>
        <mxCell id="4Kx2ZGOmUHy-jwn0eLsE-35" parent="1" style="text;html=1;whiteSpace=wrap;strokeColor=none;fillColor=none;align=center;verticalAlign=middle;rounded=0;fontSize=8;fontStyle=0" value="&lt;font face=&quot;Comic Sans MS&quot; style=&quot;background-color: rgb(204, 204, 255);&quot;&gt;TF-IDF&lt;/font&gt;" vertex="1">
          <mxGeometry height="30" width="60" x="20" y="880" as="geometry" />
        </mxCell>
        <mxCell id="4Kx2ZGOmUHy-jwn0eLsE-36" edge="1" parent="1" source="4Kx2ZGOmUHy-jwn0eLsE-17" style="endArrow=blockThin;html=1;rounded=0;endFill=1;strokeColor=light-dark(#929090, #ededed);strokeWidth=0.75;dashed=1;exitX=0;exitY=1;exitDx=0;exitDy=0;entryX=0.75;entryY=0;entryDx=0;entryDy=0;" target="4Kx2ZGOmUHy-jwn0eLsE-35" value="">
          <mxGeometry height="50" relative="1" width="50" as="geometry">
            <mxPoint x="140" y="780" as="sourcePoint" />
            <mxPoint x="190" y="730" as="targetPoint" />
+           </mxGeometry>
+         </mxCell>
+         <mxCell id="V7DRn1bYesRj_FAgbpVT-1" parent="1" style="rounded=1;whiteSpace=wrap;html=1;strokeColor=#808080;fontFamily=Comic Sans MS;strokeWidth=0.75;fontSize=10;" value="Defining the Problem" vertex="1">
+           <mxGeometry height="18" width="105" x="881" y="605" as="geometry" />
+         </mxCell>
+         <mxCell id="V7DRn1bYesRj_FAgbpVT-5" parent="1" style="rounded=1;whiteSpace=wrap;html=1;strokeColor=#808080;fontFamily=Comic Sans MS;strokeWidth=0.75;fontSize=10;" value="Data Collection" vertex="1">
+           <mxGeometry height="19" width="77" x="1017" y="604.5" as="geometry" />
+         </mxCell>
+         <mxCell id="V7DRn1bYesRj_FAgbpVT-7" parent="1" style="rounded=1;whiteSpace=wrap;html=1;strokeColor=#808080;fontFamily=Comic Sans MS;strokeWidth=0.75;fontSize=10;" value="Preparing the Data" vertex="1">
+           <mxGeometry height="18" width="105" x="1121" y="604.5" as="geometry" />
+         </mxCell>
+         <mxCell id="V7DRn1bYesRj_FAgbpVT-8" parent="1" style="rounded=1;whiteSpace=wrap;html=1;strokeColor=#808080;fontFamily=Comic Sans MS;strokeWidth=0.75;fontSize=10;" value="Assigning Appropriate Model" vertex="1">
+           <mxGeometry height="19" width="140" x="1086" y="670" as="geometry" />
+         </mxCell>
+         <mxCell id="V7DRn1bYesRj_FAgbpVT-9" parent="1" style="rounded=1;whiteSpace=wrap;html=1;strokeColor=#808080;fontFamily=Comic Sans MS;strokeWidth=0.75;fontSize=10;" value="Training the Model" vertex="1">
+           <mxGeometry height="19" width="97" x="951" y="670" as="geometry" />
+         </mxCell>
+         <mxCell id="V7DRn1bYesRj_FAgbpVT-10" parent="1" style="rounded=1;whiteSpace=wrap;html=1;strokeColor=#808080;fontFamily=Comic Sans MS;strokeWidth=0.75;fontSize=10;" value="Evaluating" vertex="1">
+           <mxGeometry height="18" width="58" x="870" y="670" as="geometry" />
+         </mxCell>
+         <mxCell id="V7DRn1bYesRj_FAgbpVT-11" parent="1" style="rounded=1;whiteSpace=wrap;html=1;strokeColor=#808080;fontFamily=Comic Sans MS;strokeWidth=0.75;fontSize=10;" value="(Parameter Tuning" vertex="1">
+           <mxGeometry height="18" width="98" x="870" y="720" as="geometry" />
+         </mxCell>
+         <mxCell id="V7DRn1bYesRj_FAgbpVT-12" edge="1" parent="1" source="V7DRn1bYesRj_FAgbpVT-1" style="endArrow=openThin;html=1;rounded=0;strokeWidth=0.75;endFill=0;strokeColor=#666666;entryX=0;entryY=0.5;entryDx=0;entryDy=0;exitX=1;exitY=0.5;exitDx=0;exitDy=0;" target="V7DRn1bYesRj_FAgbpVT-5" value="">
+           <mxGeometry height="50" relative="1" width="50" as="geometry">
+             <mxPoint x="955" y="695" as="sourcePoint" />
+             <mxPoint x="1005" y="645" as="targetPoint" />
+           </mxGeometry>
+         </mxCell>
+         <mxCell id="V7DRn1bYesRj_FAgbpVT-13" edge="1" parent="1" source="V7DRn1bYesRj_FAgbpVT-5" style="endArrow=openThin;html=1;rounded=0;strokeWidth=0.75;endFill=0;strokeColor=#666666;entryX=0;entryY=0.5;entryDx=0;entryDy=0;exitX=1;exitY=0.5;exitDx=0;exitDy=0;" target="V7DRn1bYesRj_FAgbpVT-7" value="">
+           <mxGeometry height="50" relative="1" width="50" as="geometry">
+             <mxPoint x="955" y="695" as="sourcePoint" />
+             <mxPoint x="1005" y="645" as="targetPoint" />
+           </mxGeometry>
+         </mxCell>
+         <mxCell id="V7DRn1bYesRj_FAgbpVT-14" edge="1" parent="1" source="V7DRn1bYesRj_FAgbpVT-7" style="endArrow=openThin;html=1;rounded=0;strokeWidth=0.75;endFill=0;strokeColor=#666666;exitX=0.75;exitY=1;exitDx=0;exitDy=0;entryX=0.814;entryY=0;entryDx=0;entryDy=0;entryPerimeter=0;" target="V7DRn1bYesRj_FAgbpVT-8" value="">
+           <mxGeometry height="50" relative="1" width="50" as="geometry">
+             <mxPoint x="1179" y="652" as="sourcePoint" />
+             <mxPoint x="1229" y="602" as="targetPoint" />
+           </mxGeometry>
+         </mxCell>
+         <mxCell id="V7DRn1bYesRj_FAgbpVT-15" edge="1" parent="1" source="V7DRn1bYesRj_FAgbpVT-8" style="endArrow=openThin;html=1;rounded=0;strokeWidth=0.75;endFill=0;strokeColor=#666666;exitX=0;exitY=0.5;exitDx=0;exitDy=0;entryX=1;entryY=0.5;entryDx=0;entryDy=0;" target="V7DRn1bYesRj_FAgbpVT-9" value="">
+           <mxGeometry height="50" relative="1" width="50" as="geometry">
+             <mxPoint x="1020" y="652" as="sourcePoint" />
+             <mxPoint x="1070" y="602" as="targetPoint" />
+           </mxGeometry>
+         </mxCell>
+         <mxCell id="V7DRn1bYesRj_FAgbpVT-16" edge="1" parent="1" source="V7DRn1bYesRj_FAgbpVT-9" style="endArrow=openThin;html=1;rounded=0;strokeWidth=0.75;endFill=0;strokeColor=#666666;exitX=0;exitY=0.5;exitDx=0;exitDy=0;entryX=1;entryY=0.5;entryDx=0;entryDy=0;" target="V7DRn1bYesRj_FAgbpVT-10" value="">
+           <mxGeometry height="50" relative="1" width="50" as="geometry">
+             <mxPoint x="884" y="652" as="sourcePoint" />
+             <mxPoint x="934" y="602" as="targetPoint" />
          </mxGeometry>
        </mxCell>
      </root>
    </mxGraphModel>
  </diagram>
</mxfile>
